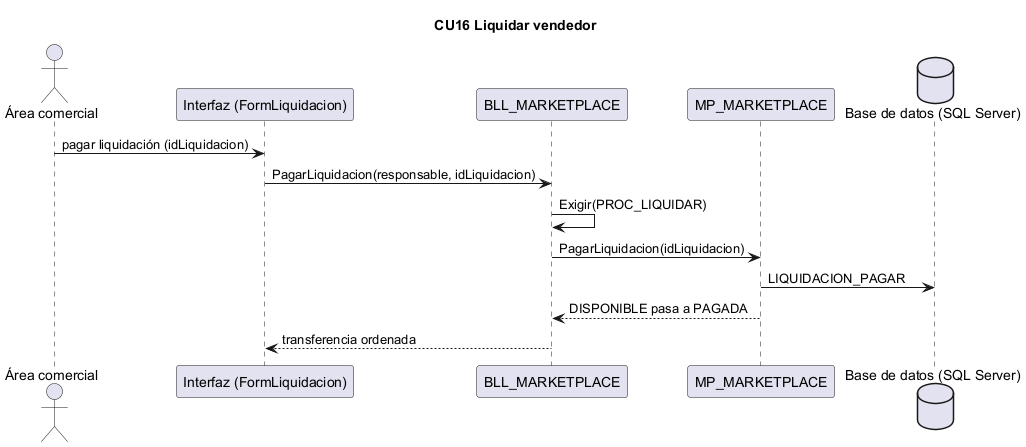
Above: docs/diagramas/secuencias_png/CU16.png in L-Muniz/uai-diploma_2026 (PlantUML), before the change.
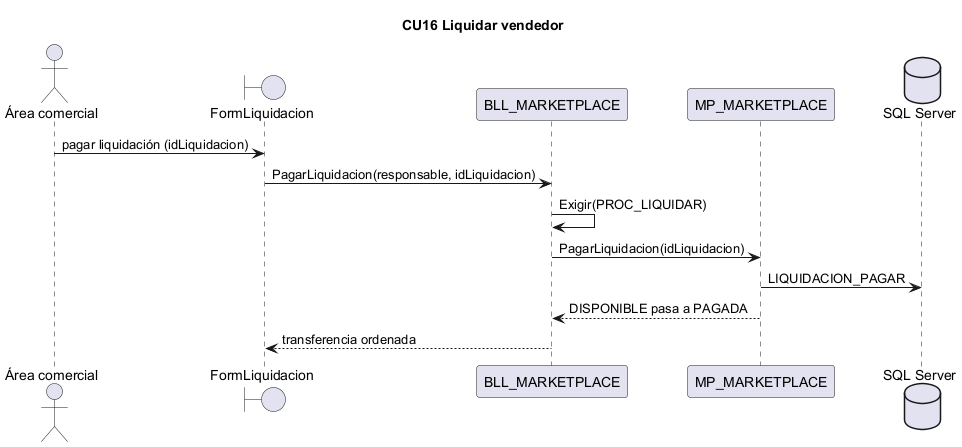
The same file after the commit.

Change to the diagram source:
```diff
@@ -1,10 +1,10 @@
 @startuml CU16
 title CU16 Liquidar vendedor
 actor "Área comercial" as Area
-participant "Interfaz (FormLiquidacion)" as IU
+boundary "FormLiquidacion" as IU
 participant "BLL_MARKETPLACE" as BLL
 participant "MP_MARKETPLACE" as DAL
-database "Base de datos (SQL Server)" as BD
+database "SQL Server" as BD
 Area -> IU : pagar liquidación (idLiquidacion)
 IU -> BLL : PagarLiquidacion(responsable, idLiquidacion)
 BLL -> BLL : Exigir(PROC_LIQUIDAR)
```
